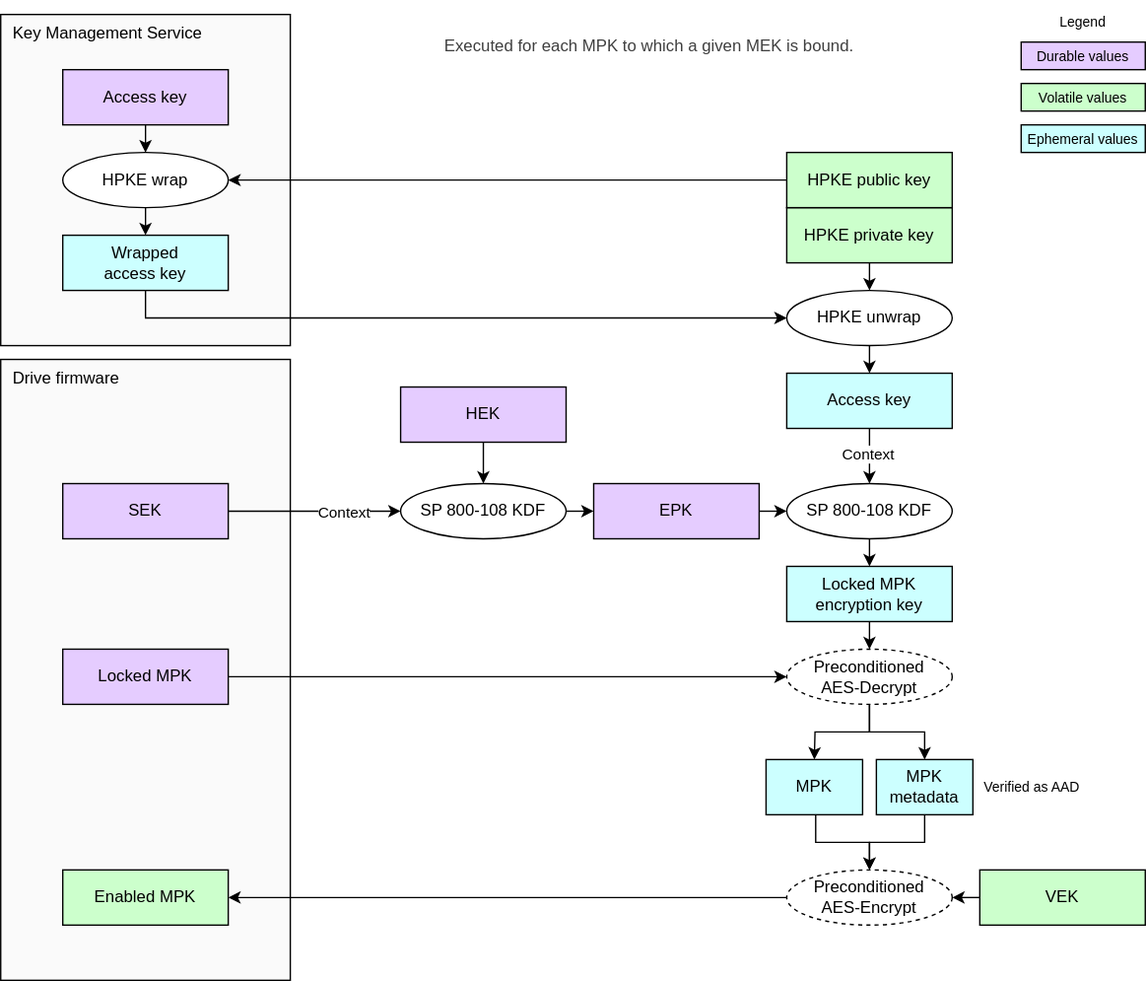
Earlier version of the draw.io export doc/ocp_lock/diagrams/mpk_enable.drawio.svg (chipsalliance/Caliptra). Source tidied: cells renumbered, new cells last; positions are measured from the earlier drawing's top-left corner, leaving out a move shared by most shapes.
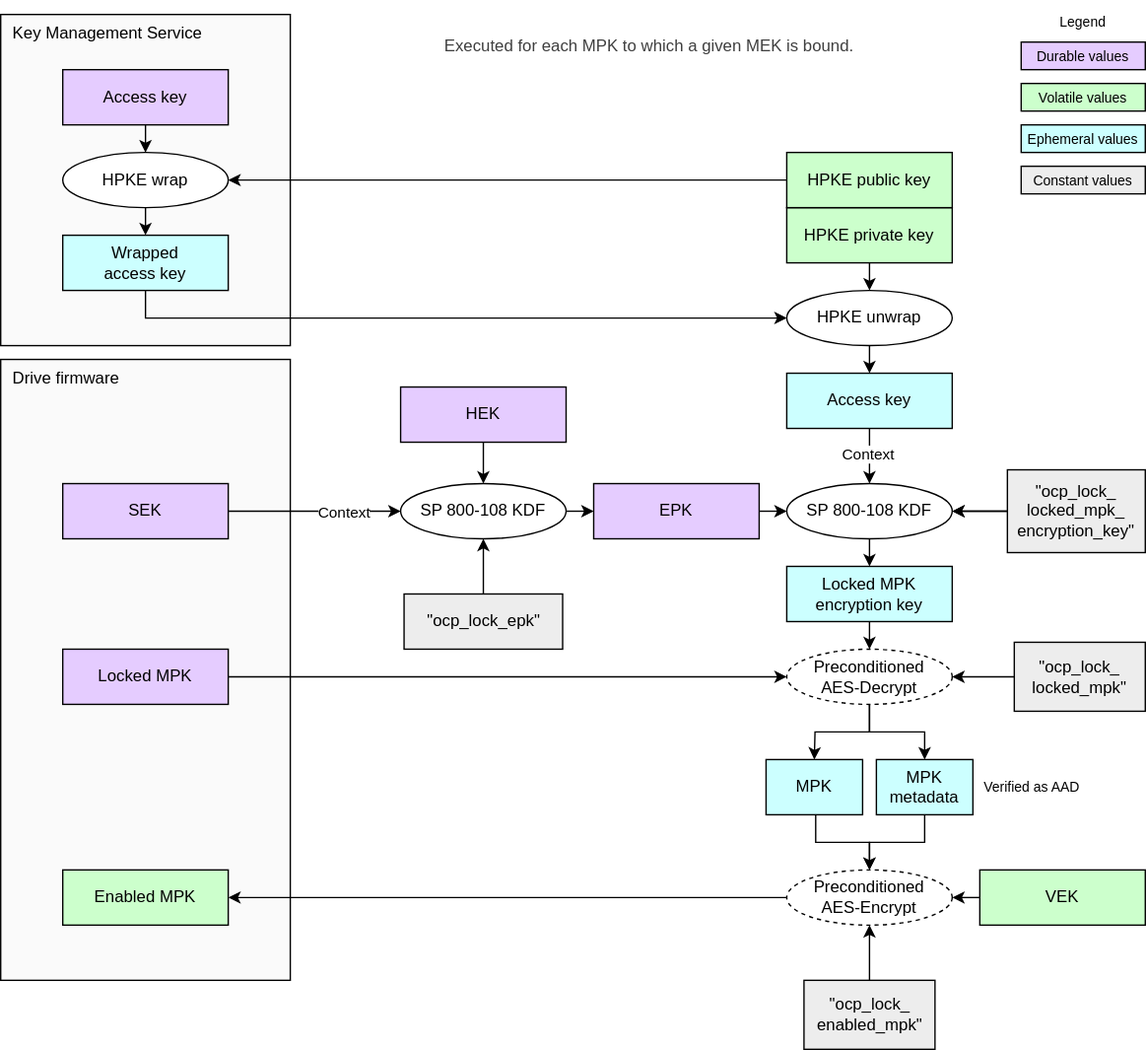
After the change.

Commit message:
[OCP-LOCK]: Add KDF labels to diagrams (#632)

Change to the diagram source:
```diff
@@ -172,5 +172,35 @@
     <mxCell id="51" value="Context" style="edgeLabel;html=1;align=center;verticalAlign=middle;" parent="1" vertex="1">
       <mxGeometry x="248" y="370" as="geometry" />
     </mxCell>
+    <mxCell id="52" style="edgeStyle=none;html=1;exitX=0.5;exitY=0;exitDx=0;exitDy=0;entryX=0.5;entryY=1;entryDx=0;entryDy=0;" parent="1" edge="1" source="53" target="39">
+      <mxGeometry relative="1" as="geometry" />
+    </mxCell>
+    <mxCell id="53" value="&lt;div&gt;&lt;span style=&quot;background-color: transparent;&quot;&gt;&quot;ocp_lock_epk&quot;&lt;/span&gt;&lt;/div&gt;" style="rounded=0;whiteSpace=wrap;html=1;align=center;verticalAlign=middle;shadow=0;glass=0;spacingLeft=0;spacingBottom=0;spacingTop=0;fillColor=#EDEDED;" parent="1" vertex="1">
+      <mxGeometry x="292.5" y="430" width="115" height="40" as="geometry" />
+    </mxCell>
+    <mxCell id="54" value="&lt;div&gt;&lt;font color=&quot;#000000&quot;&gt;Constant values&lt;/font&gt;&lt;/div&gt;" style="rounded=0;whiteSpace=wrap;html=1;align=center;verticalAlign=middle;shadow=0;glass=0;spacingLeft=0;spacingBottom=0;spacingTop=0;fillColor=#EDEDED;fontSize=10;" parent="1" vertex="1">
+      <mxGeometry x="740" y="120" width="90" height="20" as="geometry" />
+    </mxCell>
+    <mxCell id="55" style="edgeStyle=none;html=1;" parent="1" edge="1" source="57" target="42">
+      <mxGeometry relative="1" as="geometry" />
+    </mxCell>
+    <mxCell id="56" style="edgeStyle=none;html=1;" parent="1" edge="1" source="57" target="42">
+      <mxGeometry relative="1" as="geometry" />
+    </mxCell>
+    <mxCell id="57" value="&lt;div&gt;&lt;span style=&quot;background-color: transparent;&quot;&gt;&quot;ocp_lock_&lt;br&gt;locked_mpk_&lt;br&gt;encryption_key&quot;&lt;/span&gt;&lt;/div&gt;" style="rounded=0;whiteSpace=wrap;html=1;align=center;verticalAlign=middle;shadow=0;glass=0;spacingLeft=0;spacingBottom=0;spacingTop=0;fillColor=#EDEDED;" parent="1" vertex="1">
+      <mxGeometry x="730" y="340" width="100" height="60" as="geometry" />
+    </mxCell>
+    <mxCell id="58" style="edgeStyle=none;html=1;exitX=0;exitY=0.5;exitDx=0;exitDy=0;entryX=1;entryY=0.5;entryDx=0;entryDy=0;" parent="1" edge="1" source="59" target="5">
+      <mxGeometry relative="1" as="geometry" />
+    </mxCell>
+    <mxCell id="59" value="&lt;div&gt;&lt;span style=&quot;background-color: transparent;&quot;&gt;&quot;ocp_lock_&lt;br&gt;locked_mpk&quot;&lt;/span&gt;&lt;/div&gt;" style="rounded=0;whiteSpace=wrap;html=1;align=center;verticalAlign=middle;shadow=0;glass=0;spacingLeft=0;spacingBottom=0;spacingTop=0;fillColor=#EDEDED;" parent="1" vertex="1">
+      <mxGeometry x="735" y="465" width="95" height="50" as="geometry" />
+    </mxCell>
+    <mxCell id="60" style="edgeStyle=none;html=1;exitX=0.5;exitY=0;exitDx=0;exitDy=0;entryX=0.5;entryY=1;entryDx=0;entryDy=0;" parent="1" edge="1" source="61" target="15">
+      <mxGeometry relative="1" as="geometry" />
+    </mxCell>
+    <mxCell id="61" value="&lt;div&gt;&lt;span style=&quot;background-color: transparent;&quot;&gt;&quot;ocp_lock_&lt;br&gt;enabled_mpk&quot;&lt;/span&gt;&lt;/div&gt;" style="rounded=0;whiteSpace=wrap;html=1;align=center;verticalAlign=middle;shadow=0;glass=0;spacingLeft=0;spacingBottom=0;spacingTop=0;fillColor=#EDEDED;" parent="1" vertex="1">
+      <mxGeometry x="582.5" y="710" width="95" height="50" as="geometry" />
+    </mxCell>
   </root>
 </mxGraphModel>
```
